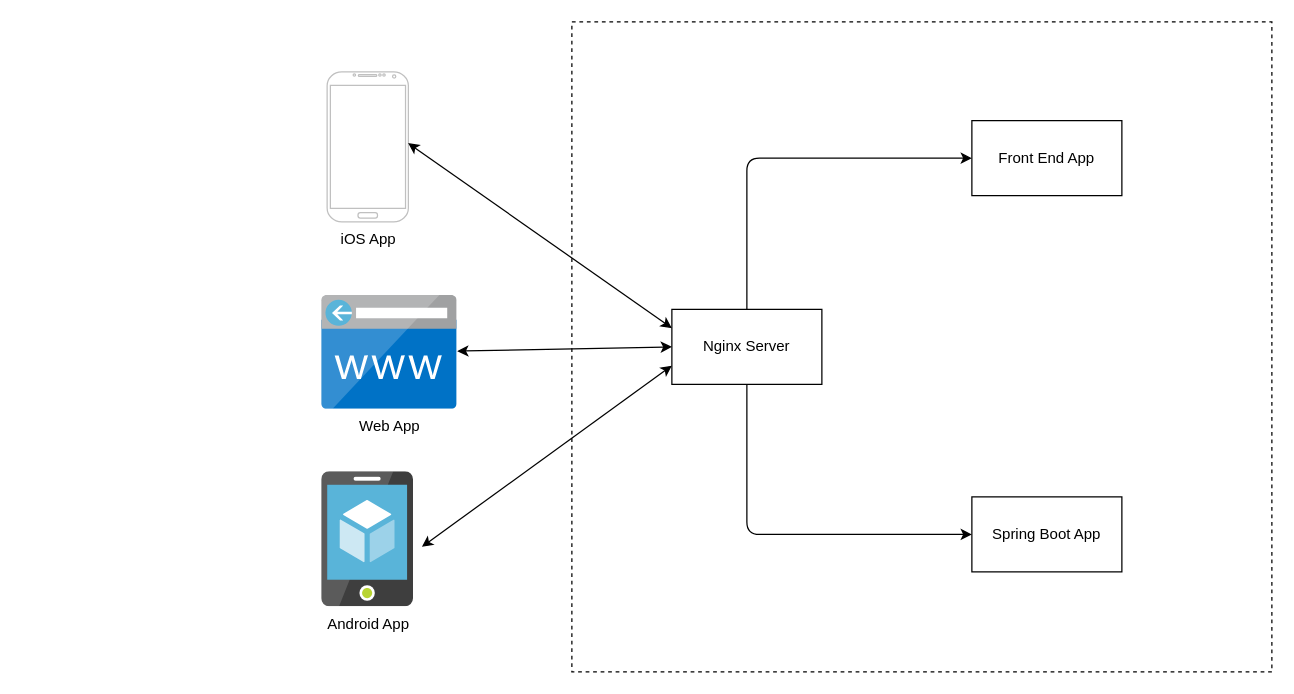
Above: Untitled Diagram.drawio in abelo003/models (draw.io), before the change. Source tidied: cells renumbered, new cells numbered last; positions are measured from the earlier drawing's top-left corner, leaving out a move shared by most shapes. Both pictures are drawn from the tidied source at 125%, with x=0, y=0 at pixel (321, 21).
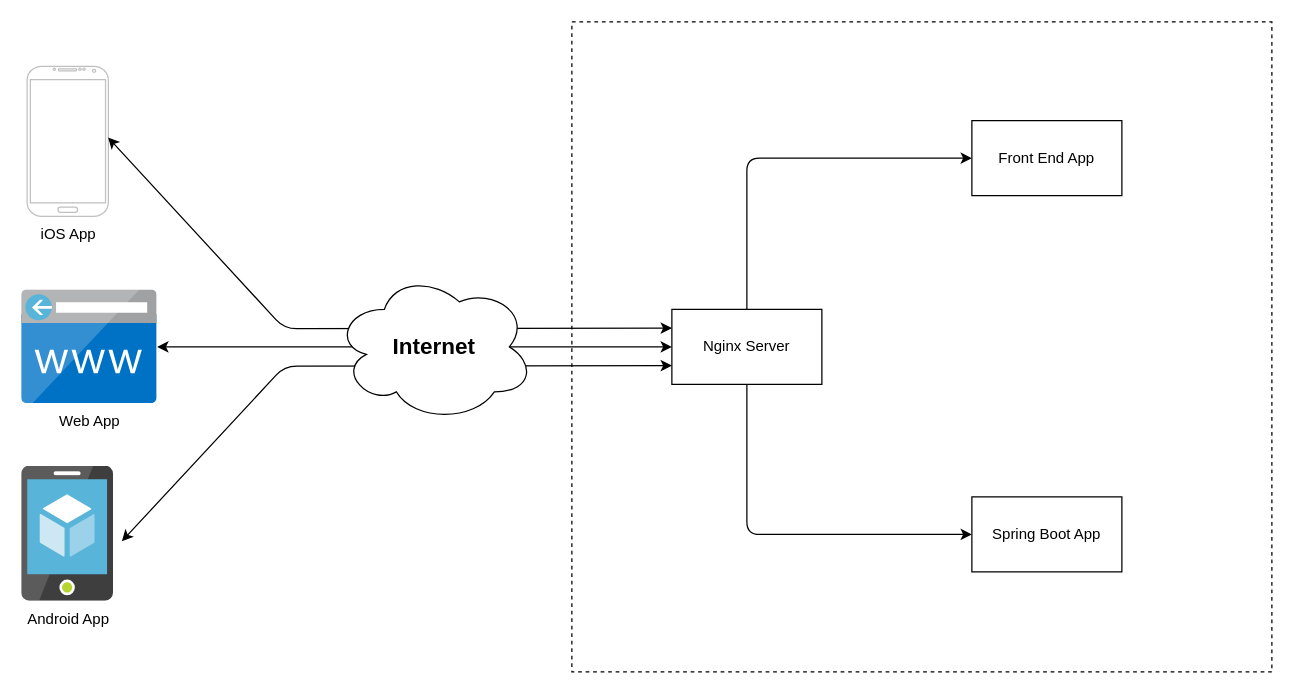
After the change.

The change refers to these unchanged cells:
```xml
<mxCell id="3" value="&lt;div&gt;Nginx Server&lt;/div&gt;" style="rounded=0;whiteSpace=wrap;html=1;" parent="1" vertex="1">
  <mxGeometry x="280" y="230" width="120" height="60" as="geometry" />
</mxCell>
```

Diff of the diagram source:
```diff
@@
     <mxCell id="6" value="&lt;div&gt;Android App&lt;/div&gt;" style="html=1;align=center;image;fontSize=12;image=img/lib/mscae/App_Service_Mobile_App.svg;" parent="1" vertex="1">
-      <mxGeometry y="360" width="73.4" height="108" as="geometry" />
+      <mxGeometry x="-240" y="355.5" width="73.4" height="108" as="geometry" />
     </mxCell>
     <mxCell id="7" value="&lt;div&gt;Web App&lt;/div&gt;" style="html=1;points=[];align=center;image;fontSize=12;image=img/lib/mscae/CustomDomain.svg;" parent="1" vertex="1">
-      <mxGeometry y="219" width="108.3" height="91" as="geometry" />
+      <mxGeometry x="-240" y="214.5" width="108.3" height="91" as="geometry" />
     </mxCell>
     <mxCell id="8" value="iOS App" style="verticalLabelPosition=bottom;verticalAlign=top;html=1;shadow=0;dashed=0;strokeWidth=1;shape=mxgraph.android.phone2;strokeColor=#c0c0c0;" parent="1" vertex="1">
-      <mxGeometry x="4.2" y="40" width="65" height="120" as="geometry" />
+      <mxGeometry x="-235.8" y="35.5" width="65" height="120" as="geometry" />
     </mxCell>
@@
     <mxCell id="11" style="endArrow=classic;startArrow=classic;html=1;exitX=0;exitY=0.25;exitDx=0;exitDy=0;entryX=0.997;entryY=0.475;entryDx=0;entryDy=0;entryPerimeter=0;" parent="1" edge="1" source="3" target="8">
-      <mxGeometry relative="1" as="geometry" />
+      <mxGeometry relative="1" as="geometry">
+        <Array as="points">
+          <mxPoint x="-30" y="245.5" />
+        </Array>
+      </mxGeometry>
     </mxCell>
@@
     <mxCell id="13" style="endArrow=classic;startArrow=classic;html=1;exitX=0;exitY=0.75;exitDx=0;exitDy=0;" parent="1" edge="1" source="3">
       <mxGeometry relative="1" as="geometry">
-        <mxPoint x="80" y="420" as="targetPoint" />
+        <mxPoint x="-160" y="415.5" as="targetPoint" />
+        <Array as="points">
+          <mxPoint x="-30" y="275.5" />
+        </Array>
       </mxGeometry>
     </mxCell>
+    <mxCell id="14" value="&lt;font size=&quot;1&quot;&gt;&lt;b style=&quot;font-size: 18px&quot;&gt;Internet&lt;/b&gt;&lt;/font&gt;" style="ellipse;shape=cloud;whiteSpace=wrap;html=1;" parent="1" vertex="1">
+      <mxGeometry x="10" y="200" width="160" height="120" as="geometry" />
+    </mxCell>
```
